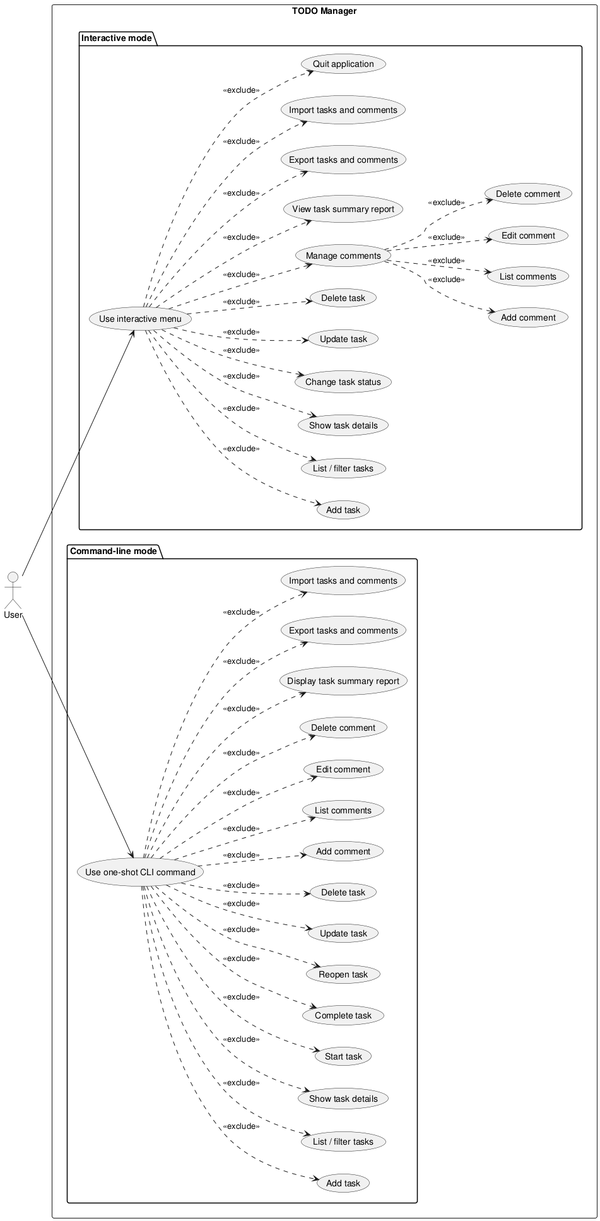
The PlantUML diagram experiments/broadcast/user_stories/TODO/artifacts/use_case_diagram.png in DanielRiha8906/Software_autoevolution_using_agents, before a commit.
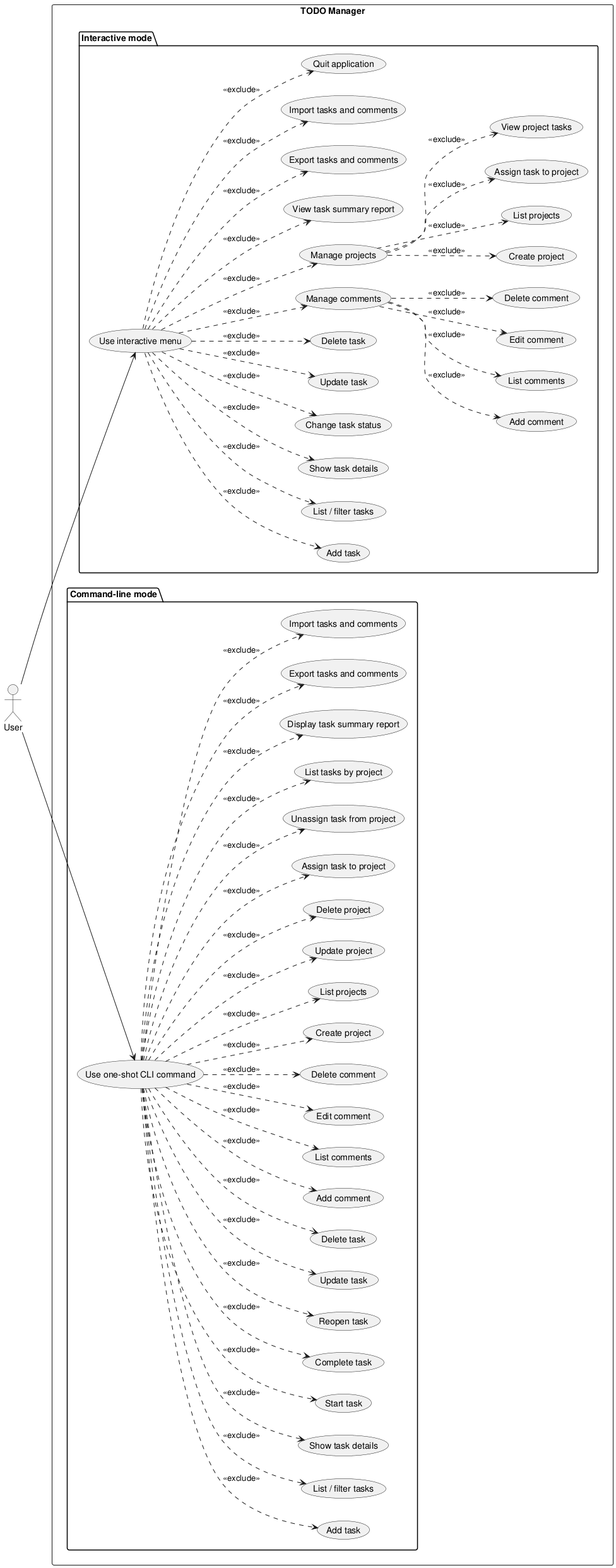
The same diagram one commit later.

Diff of the diagram source:
```diff
@@ -19,6 +19,11 @@
     usecase "List comments" as I_COMMENT_LIST
     usecase "Edit comment" as I_COMMENT_EDIT
     usecase "Delete comment" as I_COMMENT_DELETE
+    usecase "Manage projects" as I_PROJECTS
+    usecase "Create project" as I_PROJECT_CREATE
+    usecase "List projects" as I_PROJECT_LIST
+    usecase "Assign task to project" as I_PROJECT_ASSIGN
+    usecase "View project tasks" as I_PROJECT_TASKS
     usecase "View task summary report" as I_REPORT
     usecase "Export tasks and comments" as I_EXPORT
     usecase "Import tasks and comments" as I_IMPORT
@@ -39,6 +44,13 @@
     usecase "List comments" as C_COMMENT_LIST
     usecase "Edit comment" as C_COMMENT_EDIT
     usecase "Delete comment" as C_COMMENT_DELETE
+    usecase "Create project" as C_PROJECT_CREATE
+    usecase "List projects" as C_PROJECT_LIST
+    usecase "Update project" as C_PROJECT_UPDATE
+    usecase "Delete project" as C_PROJECT_DELETE
+    usecase "Assign task to project" as C_PROJECT_ASSIGN
+    usecase "Unassign task from project" as C_PROJECT_UNASSIGN
+    usecase "List tasks by project" as C_PROJECT_TASKS
     usecase "Display task summary report" as C_REPORT
     usecase "Export tasks and comments" as C_EXPORT
     usecase "Import tasks and comments" as C_IMPORT
@@ -59,6 +71,11 @@
 I_COMMENTS ..> I_COMMENT_LIST : <<exclude>>
 I_COMMENTS ..> I_COMMENT_EDIT : <<exclude>>
 I_COMMENTS ..> I_COMMENT_DELETE : <<exclude>>
+UI ..> I_PROJECTS : <<exclude>>
+I_PROJECTS ..> I_PROJECT_CREATE : <<exclude>>
+I_PROJECTS ..> I_PROJECT_LIST : <<exclude>>
+I_PROJECTS ..> I_PROJECT_ASSIGN : <<exclude>>
+I_PROJECTS ..> I_PROJECT_TASKS : <<exclude>>
 UI ..> I_REPORT : <<exclude>>
 UI ..> I_EXPORT : <<exclude>>
 UI ..> I_IMPORT : <<exclude>>
@@ -76,6 +93,13 @@
 CLI ..> C_COMMENT_LIST : <<exclude>>
 CLI ..> C_COMMENT_EDIT : <<exclude>>
 CLI ..> C_COMMENT_DELETE : <<exclude>>
+CLI ..> C_PROJECT_CREATE : <<exclude>>
+CLI ..> C_PROJECT_LIST : <<exclude>>
+CLI ..> C_PROJECT_UPDATE : <<exclude>>
+CLI ..> C_PROJECT_DELETE : <<exclude>>
+CLI ..> C_PROJECT_ASSIGN : <<exclude>>
+CLI ..> C_PROJECT_UNASSIGN : <<exclude>>
+CLI ..> C_PROJECT_TASKS : <<exclude>>
 CLI ..> C_REPORT : <<exclude>>
 CLI ..> C_EXPORT : <<exclude>>
 CLI ..> C_IMPORT : <<exclude>>
```
